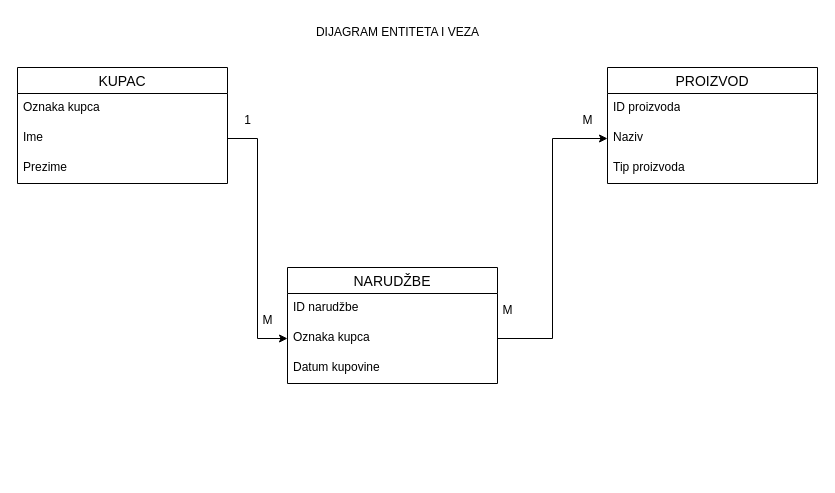
RenSu92/PHP_osnove keeps this draw.io diagram as new.drawio. Above is the earlier version. Source tidied: cells renumbered, new cells numbered last; positions are measured from the earlier drawing's top-left corner, leaving out a move shared by most shapes. Both pictures are drawn from the tidied source at 100%, with x=0, y=0 at pixel (17, 17).
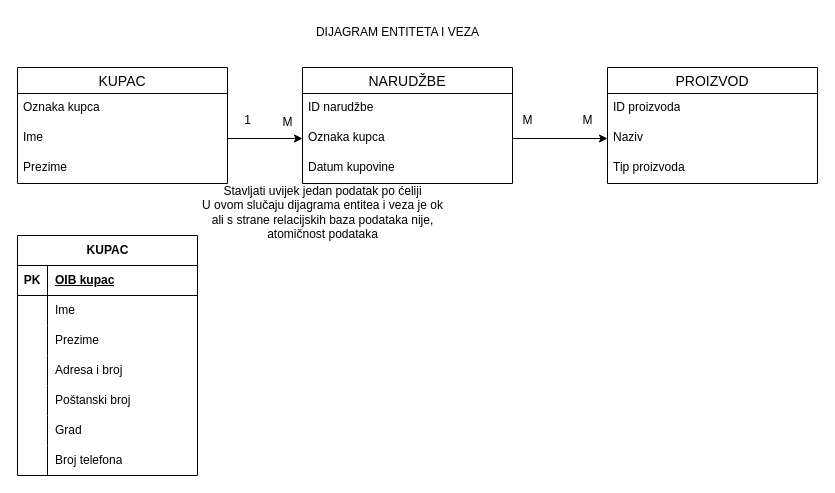
The same diagram, later.

Diff of the diagram source:
```diff
@@
     <mxCell id="10" value="NARUDŽBE" style="swimlane;fontStyle=0;horizontal=1;startSize=26;align=center;fontSize=14;" parent="1" vertex="1">
-      <mxGeometry x="270" y="250" width="210" height="116" as="geometry" />
+      <mxGeometry x="285" y="50" width="210" height="116" as="geometry" />
     </mxCell>
@@
     <mxCell id="16" value="M" style="text;html=1;align=center;verticalAlign=middle;strokeColor=none;fillColor=none;" parent="1" vertex="1">
-      <mxGeometry x="235" y="288" width="30" height="30" as="geometry" />
+      <mxGeometry x="255" y="90" width="30" height="30" as="geometry" />
     </mxCell>
@@
     <mxCell id="19" value="M" style="text;html=1;align=center;verticalAlign=middle;strokeColor=none;fillColor=none;" parent="1" vertex="1">
-      <mxGeometry x="475" y="278" width="30" height="30" as="geometry" />
+      <mxGeometry x="495" y="88" width="30" height="30" as="geometry" />
     </mxCell>
@@
+    <mxCell id="21" value="KUPAC" style="shape=table;startSize=30;childLayout=tableLayout;rowLines=0;fontStyle=1;align=center;html=1;" parent="1" vertex="1">
+      <mxGeometry y="218" width="180" height="240" as="geometry" />
+    </mxCell>
+    <mxCell id="22" style="shape=tableRow;horizontal=0;startSize=0;swimlaneHead=0;swimlaneBody=0;fillColor=none;top=0;left=0;right=0;bottom=1;" parent="21" vertex="1">
+      <mxGeometry y="30" width="180" height="30" as="geometry" />
+    </mxCell>
+    <mxCell id="23" value="PK" style="shape=partialRectangle;fillColor=none;top=0;left=0;bottom=0;right=0;fontStyle=1;overflow=hidden;whiteSpace=wrap;html=1;" parent="22" vertex="1">
+      <mxGeometry width="30" height="30" as="geometry" />
+    </mxCell>
+    <mxCell id="24" value="OIB kupac" style="shape=partialRectangle;fillColor=none;top=0;left=0;bottom=0;right=0;align=left;spacingLeft=6;fontStyle=5;overflow=hidden;whiteSpace=wrap;html=1;" parent="22" vertex="1">
+      <mxGeometry x="30" width="150" height="30" as="geometry" />
+    </mxCell>
+    <mxCell id="25" style="shape=tableRow;horizontal=0;startSize=0;swimlaneHead=0;swimlaneBody=0;fillColor=none;top=0;left=0;right=0;bottom=0;" parent="21" vertex="1">
+      <mxGeometry y="60" width="180" height="30" as="geometry" />
+    </mxCell>
+    <mxCell id="26" style="shape=partialRectangle;fillColor=none;top=0;left=0;bottom=0;right=0;overflow=hidden;whiteSpace=wrap;html=1;" parent="25" vertex="1">
+      <mxGeometry width="30" height="30" as="geometry" />
+    </mxCell>
+    <mxCell id="27" value="Ime" style="shape=partialRectangle;fillColor=none;top=0;left=0;bottom=0;right=0;align=left;spacingLeft=6;overflow=hidden;whiteSpace=wrap;html=1;" parent="25" vertex="1">
+      <mxGeometry x="30" width="150" height="30" as="geometry" />
+    </mxCell>
+    <mxCell id="28" style="shape=tableRow;horizontal=0;startSize=0;swimlaneHead=0;swimlaneBody=0;fillColor=none;top=0;left=0;right=0;bottom=0;" parent="21" vertex="1">
+      <mxGeometry y="90" width="180" height="30" as="geometry" />
+    </mxCell>
+    <mxCell id="29" style="shape=partialRectangle;fillColor=none;top=0;left=0;bottom=0;right=0;overflow=hidden;whiteSpace=wrap;html=1;" parent="28" vertex="1">
+      <mxGeometry width="30" height="30" as="geometry" />
+    </mxCell>
+    <mxCell id="30" value="Prezime" style="shape=partialRectangle;fillColor=none;top=0;left=0;bottom=0;right=0;align=left;spacingLeft=6;overflow=hidden;whiteSpace=wrap;html=1;" parent="28" vertex="1">
+      <mxGeometry x="30" width="150" height="30" as="geometry" />
+    </mxCell>
+    <mxCell id="31" style="shape=tableRow;horizontal=0;startSize=0;swimlaneHead=0;swimlaneBody=0;fillColor=none;top=0;left=0;right=0;bottom=0;" parent="21" vertex="1">
+      <mxGeometry y="120" width="180" height="30" as="geometry" />
+    </mxCell>
+    <mxCell id="32" style="shape=partialRectangle;fillColor=none;top=0;left=0;bottom=0;right=0;overflow=hidden;whiteSpace=wrap;html=1;" parent="31" vertex="1">
+      <mxGeometry width="30" height="30" as="geometry" />
+    </mxCell>
+    <mxCell id="33" value="&lt;div&gt;Adresa i broj&lt;/div&gt;" style="shape=partialRectangle;fillColor=none;top=0;left=0;bottom=0;right=0;align=left;spacingLeft=6;overflow=hidden;whiteSpace=wrap;html=1;" parent="31" vertex="1">
+      <mxGeometry x="30" width="150" height="30" as="geometry" />
+    </mxCell>
+    <mxCell id="34" style="shape=tableRow;horizontal=0;startSize=0;swimlaneHead=0;swimlaneBody=0;fillColor=none;top=0;left=0;right=0;bottom=0;" parent="21" vertex="1">
+      <mxGeometry y="150" width="180" height="30" as="geometry" />
+    </mxCell>
+    <mxCell id="35" style="shape=partialRectangle;fillColor=none;top=0;left=0;bottom=0;right=0;overflow=hidden;whiteSpace=wrap;html=1;" parent="34" vertex="1">
+      <mxGeometry width="30" height="30" as="geometry" />
+    </mxCell>
+    <mxCell id="36" value="Poštanski broj" style="shape=partialRectangle;fillColor=none;top=0;left=0;bottom=0;right=0;align=left;spacingLeft=6;overflow=hidden;whiteSpace=wrap;html=1;" parent="34" vertex="1">
+      <mxGeometry x="30" width="150" height="30" as="geometry" />
+    </mxCell>
+    <mxCell id="37" style="shape=tableRow;horizontal=0;startSize=0;swimlaneHead=0;swimlaneBody=0;fillColor=none;top=0;left=0;right=0;bottom=0;" parent="21" vertex="1">
+      <mxGeometry y="180" width="180" height="30" as="geometry" />
+    </mxCell>
+    <mxCell id="38" style="shape=partialRectangle;fillColor=none;top=0;left=0;bottom=0;right=0;overflow=hidden;whiteSpace=wrap;html=1;" parent="37" vertex="1">
+      <mxGeometry width="30" height="30" as="geometry" />
+    </mxCell>
+    <mxCell id="39" value="Grad" style="shape=partialRectangle;fillColor=none;top=0;left=0;bottom=0;right=0;align=left;spacingLeft=6;overflow=hidden;whiteSpace=wrap;html=1;" parent="37" vertex="1">
+      <mxGeometry x="30" width="150" height="30" as="geometry" />
+    </mxCell>
+    <mxCell id="40" style="shape=tableRow;horizontal=0;startSize=0;swimlaneHead=0;swimlaneBody=0;fillColor=none;top=0;left=0;right=0;bottom=0;" parent="21" vertex="1">
+      <mxGeometry y="210" width="180" height="30" as="geometry" />
+    </mxCell>
+    <mxCell id="41" style="shape=partialRectangle;fillColor=none;top=0;left=0;bottom=0;right=0;overflow=hidden;whiteSpace=wrap;html=1;" parent="40" vertex="1">
+      <mxGeometry width="30" height="30" as="geometry" />
+    </mxCell>
+    <mxCell id="42" value="Broj telefona" style="shape=partialRectangle;fillColor=none;top=0;left=0;bottom=0;right=0;align=left;spacingLeft=6;overflow=hidden;whiteSpace=wrap;html=1;" parent="40" vertex="1">
+      <mxGeometry x="30" width="150" height="30" as="geometry" />
+    </mxCell>
+    <mxCell id="43" value="&lt;div&gt;Stavljati uvijek jedan podatak po ćeliji&lt;/div&gt;&lt;div&gt;U ovom slučaju dijagrama entitea i veza je ok&lt;/div&gt;&lt;div&gt;ali s strane relacijskih baza podataka nije,&lt;/div&gt;&lt;div&gt;atomičnost podataka&lt;br&gt;&lt;/div&gt;" style="text;html=1;align=center;verticalAlign=middle;strokeColor=none;fillColor=none;" parent="1" vertex="1">
+      <mxGeometry x="175" y="160" width="260" height="70" as="geometry" />
+    </mxCell>
```
